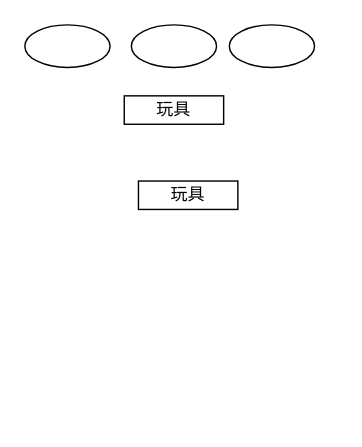
Above: LessonUML/shijuan.drawio in WFTGF2024/UML (draw.io), before the change. Source tidied: cells renumbered, new cells numbered last; positions are measured from the earlier drawing's top-left corner, leaving out a move shared by most shapes. Both pictures are drawn from the tidied source at 142%, with x=0, y=0 at pixel (24, 24).
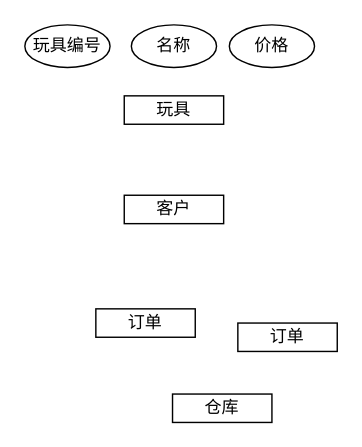
After the change.

What changed in the source:
```diff
@@
 <mxGraphModel>
   <root>
     <mxCell id="0" />
     <mxCell id="1" parent="0" />
     <mxCell id="2" value="玩具" style="rounded=0;whiteSpace=wrap;html=1;" parent="1" vertex="1">
       <mxGeometry x="70" y="50" width="70" height="20" as="geometry" />
     </mxCell>
-    <mxCell id="3" value="玩具" style="rounded=0;whiteSpace=wrap;html=1;" parent="1" vertex="1">
-      <mxGeometry x="80" y="110" width="70" height="20" as="geometry" />
+    <mxCell id="3" value="客户" style="rounded=0;whiteSpace=wrap;html=1;" parent="1" vertex="1">
+      <mxGeometry x="70" y="120" width="70" height="20" as="geometry" />
     </mxCell>
-    <mxCell id="4" style="ellipse;whiteSpace=wrap;html=1;" parent="1" vertex="1">
+    <mxCell id="4" value="玩具编号" style="ellipse;whiteSpace=wrap;html=1;" parent="1" vertex="1">
       <mxGeometry width="60" height="30" as="geometry" />
     </mxCell>
-    <mxCell id="5" style="ellipse;whiteSpace=wrap;html=1;" parent="1" vertex="1">
+    <mxCell id="5" value="名称" style="ellipse;whiteSpace=wrap;html=1;" parent="1" vertex="1">
       <mxGeometry x="75" width="60" height="30" as="geometry" />
     </mxCell>
-    <mxCell id="6" style="ellipse;whiteSpace=wrap;html=1;" parent="1" vertex="1">
+    <mxCell id="6" value="价格" style="ellipse;whiteSpace=wrap;html=1;" parent="1" vertex="1">
       <mxGeometry x="144" width="60" height="30" as="geometry" />
     </mxCell>
+    <mxCell id="7" value="仓库" style="rounded=0;whiteSpace=wrap;html=1;" parent="1" vertex="1">
+      <mxGeometry x="104" y="260" width="70" height="20" as="geometry" />
+    </mxCell>
+    <mxCell id="8" value="订单" style="rounded=0;whiteSpace=wrap;html=1;" parent="1" vertex="1">
+      <mxGeometry x="50" y="200" width="70" height="20" as="geometry" />
+    </mxCell>
+    <mxCell id="9" value="订单" style="rounded=0;whiteSpace=wrap;html=1;" parent="1" vertex="1">
+      <mxGeometry x="150" y="210" width="70" height="20" as="geometry" />
+    </mxCell>
   </root>
 </mxGraphModel>
```
